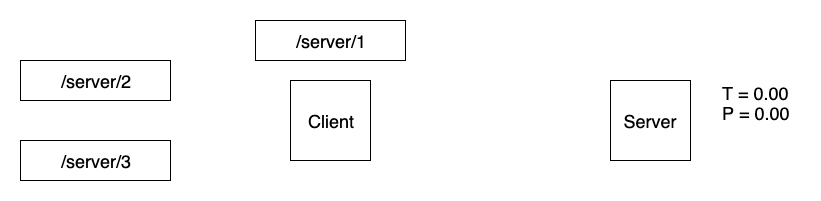
Above: decks/grequests-https-talk/images/python-requests-flow-1.png in saurabh-hirani/slides (draw.io), before the change. Source tidied: cells renumbered, new cells last; positions are measured from the earlier drawing's top-left corner, leaving out a move shared by most shapes.
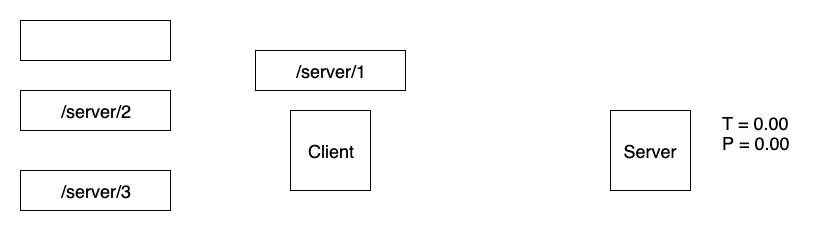
Above is the later version.

Change to the diagram source:
```diff
@@ -23,5 +23,8 @@
     <mxCell id="8" value="&lt;span style=&quot;font-size: 18px&quot;&gt;P = 0.00&lt;br&gt;&lt;br&gt;&lt;/span&gt;" style="text;html=1;align=left;verticalAlign=top;spacingTop=-4;" parent="1" vertex="1">
       <mxGeometry x="700" y="80" width="80" height="30" as="geometry" />
     </mxCell>
+    <mxCell id="9" style="rounded=0;whiteSpace=wrap;html=1;" parent="1" vertex="1">
+      <mxGeometry y="-30" width="150" height="40" as="geometry" />
+    </mxCell>
   </root>
 </mxGraphModel>
```
